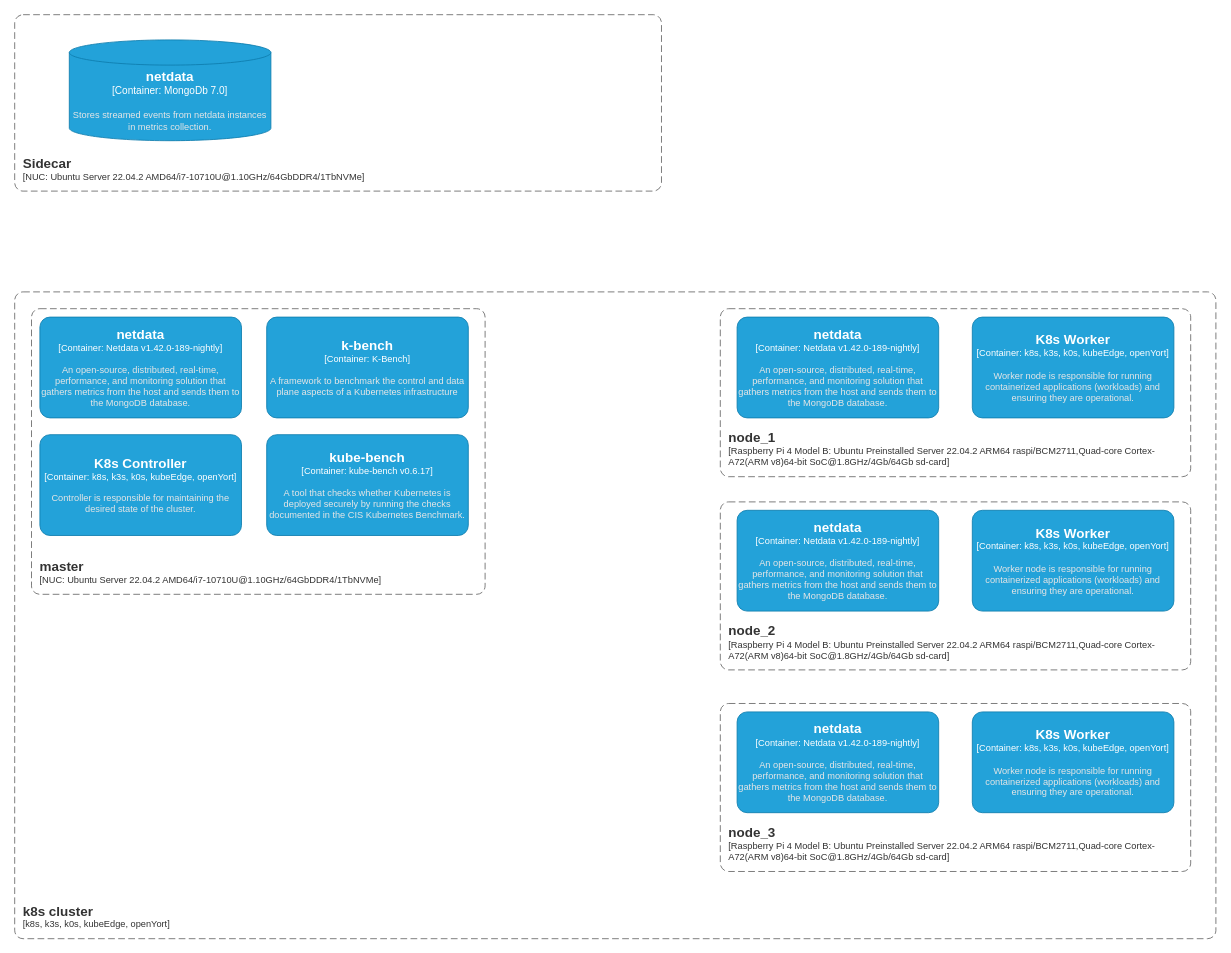
Above: src/diagrams/deployment_diagram.drawio in DiyazY/iot-edge (draw.io), before the change. Source tidied: cells renumbered, new cells numbered last; positions are measured from the earlier drawing's top-left corner, leaving out a move shared by most shapes. Both pictures are drawn from the tidied source at 84%, with x=0, y=0 at pixel (14, 14).
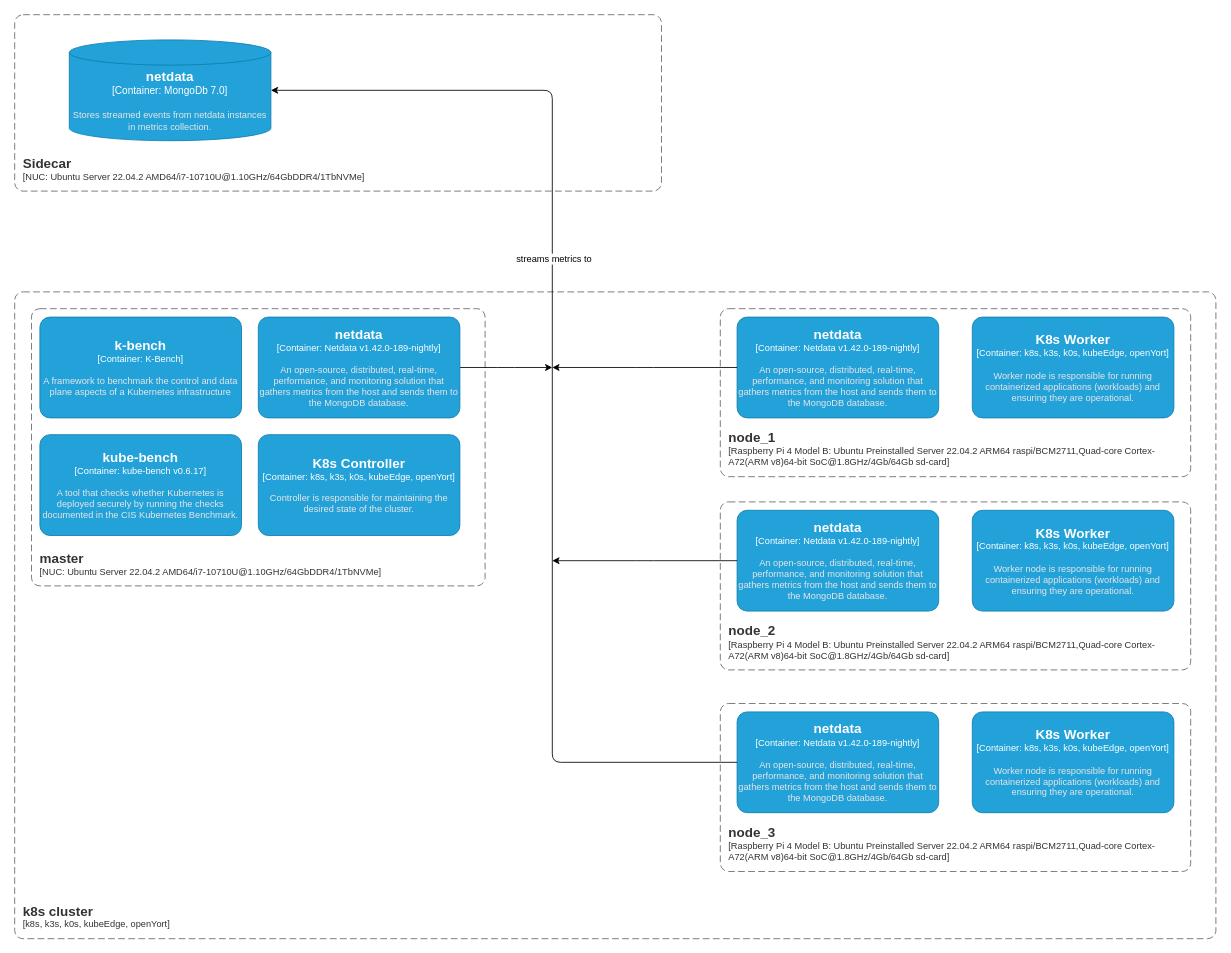
Above is the later version.

The change refers to these unchanged cells:
```xml
<object id="4" label="&lt;font style=&quot;font-size: 16px&quot;&gt;&lt;b&gt;%c4Type%&lt;/b&gt;&lt;/font&gt;&lt;div&gt;[%c4Container%:&amp;nbsp;%c4Technology%]&lt;/div&gt;&lt;br&gt;&lt;div&gt;&lt;font style=&quot;font-size: 11px&quot;&gt;&lt;font color=&quot;#E6E6E6&quot;&gt;%c4Description%&lt;/font&gt;&lt;/div&gt;" c4Container="Container" c4Description="Stores streamed events from netdata instances in metrics collection." c4Technology="MongoDb 7.0" c4Type="netdata" placeholders="1">
  <mxCell style="shape=cylinder3;size=15;whiteSpace=wrap;html=1;boundedLbl=1;rounded=0;labelBackgroundColor=none;fillColor=#23A2D9;fontSize=12;fontColor=#ffffff;align=center;strokeColor=#0E7DAD;points=[[0.5,0,0],[1,0.25,0],[1,0.5,0],[1,0.75,0],[0.5,1,0],[0,0.75,0],[0,0.5,0],[0,0.25,0]];" parent="1" vertex="1">
    <mxGeometry x="65" y="30" width="240" height="120" as="geometry" />
  </mxCell>
</object>
<object id="12" label="&lt;font style=&quot;font-size: 16px&quot;&gt;&lt;b&gt;%c4Name%&lt;/b&gt;&lt;/font&gt;&lt;div&gt;[%c4Type%: %c4Technology%]&lt;/div&gt;&lt;br&gt;&lt;div&gt;&lt;font style=&quot;font-size: 11px&quot;&gt;&lt;font color=&quot;#E6E6E6&quot;&gt;%c4Description%&lt;/font&gt;&lt;/div&gt;" c4Description="An open-source, distributed, real-time, performance, and monitoring solution that gathers metrics from the host and sends them to the MongoDB database." c4Name="netdata" c4Technology="Netdata v1.42.0-189-nightly" c4Type="Container" placeholders="1">
  <mxCell style="rounded=1;whiteSpace=wrap;html=1;fontSize=11;labelBackgroundColor=none;fillColor=#23A2D9;fontColor=#ffffff;align=center;arcSize=10;strokeColor=#0E7DAD;points=[[0.25,0,0],[0.5,0,0],[0.75,0,0],[1,0.25,0],[1,0.5,0],[1,0.75,0],[0.75,1,0],[0.5,1,0],[0.25,1,0],[0,0.75,0],[0,0.5,0],[0,0.25,0]];" parent="10" vertex="1">
    <mxGeometry x="20" y="10" width="240" height="120" as="geometry" />
  </mxCell>
</object>
<object id="16" label="&lt;font style=&quot;font-size: 16px&quot;&gt;&lt;b&gt;%c4Name%&lt;/b&gt;&lt;/font&gt;&lt;div&gt;[%c4Type%: %c4Technology%]&lt;/div&gt;&lt;br&gt;&lt;div&gt;&lt;font style=&quot;font-size: 11px&quot;&gt;&lt;font color=&quot;#E6E6E6&quot;&gt;%c4Description%&lt;/font&gt;&lt;/div&gt;" c4Description="An open-source, distributed, real-time, performance, and monitoring solution that gathers metrics from the host and sends them to the MongoDB database." c4Name="netdata" c4Technology="Netdata v1.42.0-189-nightly" c4Type="Container" placeholders="1">
  <mxCell style="rounded=1;whiteSpace=wrap;html=1;fontSize=11;labelBackgroundColor=none;fillColor=#23A2D9;fontColor=#ffffff;align=center;arcSize=10;strokeColor=#0E7DAD;points=[[0.25,0,0],[0.5,0,0],[0.75,0,0],[1,0.25,0],[1,0.5,0],[1,0.75,0],[0.75,1,0],[0.5,1,0],[0.25,1,0],[0,0.75,0],[0,0.5,0],[0,0.25,0]];" parent="14" vertex="1">
    <mxGeometry x="20" y="10" width="240" height="120" as="geometry" />
  </mxCell>
</object>
<object id="20" label="&lt;font style=&quot;font-size: 16px&quot;&gt;&lt;b&gt;%c4Name%&lt;/b&gt;&lt;/font&gt;&lt;div&gt;[%c4Type%: %c4Technology%]&lt;/div&gt;&lt;br&gt;&lt;div&gt;&lt;font style=&quot;font-size: 11px&quot;&gt;&lt;font color=&quot;#E6E6E6&quot;&gt;%c4Description%&lt;/font&gt;&lt;/div&gt;" c4Description="An open-source, distributed, real-time, performance, and monitoring solution that gathers metrics from the host and sends them to the MongoDB database." c4Name="netdata" c4Technology="Netdata v1.42.0-189-nightly" c4Type="Container" placeholders="1">
  <mxCell style="rounded=1;whiteSpace=wrap;html=1;fontSize=11;labelBackgroundColor=none;fillColor=#23A2D9;fontColor=#ffffff;align=center;arcSize=10;strokeColor=#0E7DAD;points=[[0.25,0,0],[0.5,0,0],[0.75,0,0],[1,0.25,0],[1,0.5,0],[1,0.75,0],[0.75,1,0],[0.5,1,0],[0.25,1,0],[0,0.75,0],[0,0.5,0],[0,0.25,0]];" parent="18" vertex="1">
    <mxGeometry x="20" y="10" width="240" height="120" as="geometry" />
  </mxCell>
</object>
```

What changed in the source:
```diff
@@
     <object id="5" label="&lt;font style=&quot;font-size: 16px&quot;&gt;&lt;b&gt;&lt;div style=&quot;text-align: left&quot;&gt;%c4Name%&lt;/div&gt;&lt;/b&gt;&lt;/font&gt;&lt;div style=&quot;text-align: left&quot;&gt;[%c4Application%]&lt;/div&gt;" c4Application="NUC: Ubuntu Server 22.04.2 AMD64/i7-10710U@1.10GHz/64GbDDR4/1TbNVMe" c4Name="master" placeholders="1">
       <mxCell style="rounded=1;fontSize=11;whiteSpace=wrap;html=1;dashed=1;arcSize=20;fillColor=none;strokeColor=#666666;fontColor=#333333;labelBackgroundColor=none;align=left;verticalAlign=bottom;labelBorderColor=none;spacingTop=0;spacing=10;dashPattern=8 4;perimeter=rectanglePerimeter;noLabel=0;labelPadding=0;absoluteArcSize=1;" parent="1" vertex="1">
-        <mxGeometry x="20" y="350" width="540" height="340" as="geometry" />
+        <mxGeometry x="20" y="350" width="540" height="330" as="geometry" />
       </mxCell>
     </object>
+    <mxCell id="22" style="edgeStyle=orthogonalEdgeStyle;html=1;exitX=1;exitY=0.5;exitDx=0;exitDy=0;exitPerimeter=0;endArrow=classic;endFill=1;" parent="1" edge="1" source="6">
+      <mxGeometry relative="1" as="geometry">
+        <mxPoint x="640" y="420" as="targetPoint" />
+      </mxGeometry>
+    </mxCell>
     <object id="6" label="&lt;font style=&quot;font-size: 16px&quot;&gt;&lt;b&gt;%c4Name%&lt;/b&gt;&lt;/font&gt;&lt;div&gt;[%c4Type%: %c4Technology%]&lt;/div&gt;&lt;br&gt;&lt;div&gt;&lt;font style=&quot;font-size: 11px&quot;&gt;&lt;font color=&quot;#E6E6E6&quot;&gt;%c4Description%&lt;/font&gt;&lt;/div&gt;" c4Description="An open-source, distributed, real-time, performance, and monitoring solution that gathers metrics from the host and sends them to the MongoDB database." c4Name="netdata" c4Technology="Netdata v1.42.0-189-nightly" c4Type="Container" placeholders="1">
       <mxCell style="rounded=1;whiteSpace=wrap;html=1;fontSize=11;labelBackgroundColor=none;fillColor=#23A2D9;fontColor=#ffffff;align=center;arcSize=10;strokeColor=#0E7DAD;points=[[0.25,0,0],[0.5,0,0],[0.75,0,0],[1,0.25,0],[1,0.5,0],[1,0.75,0],[0.75,1,0],[0.5,1,0],[0.25,1,0],[0,0.75,0],[0,0.5,0],[0,0.25,0]];" parent="1" vertex="1">
-        <mxGeometry x="30" y="360" width="240" height="120" as="geometry" />
+        <mxGeometry x="290" y="360" width="240" height="120" as="geometry" />
       </mxCell>
     </object>
     <object id="7" label="&lt;font style=&quot;font-size: 16px&quot;&gt;&lt;b&gt;%c4Name%&lt;/b&gt;&lt;/font&gt;&lt;div&gt;[%c4Type%: %c4Technology%]&lt;/div&gt;&lt;br&gt;&lt;div&gt;&lt;font style=&quot;font-size: 11px&quot;&gt;&lt;font color=&quot;#E6E6E6&quot;&gt;%c4Description%&lt;/font&gt;&lt;/div&gt;" c4Description="A framework to benchmark the control and data plane aspects of a Kubernetes infrastructure" c4Name="k-bench" c4Technology="K-Bench" c4Type="Container" placeholders="1">
       <mxCell style="rounded=1;whiteSpace=wrap;html=1;fontSize=11;labelBackgroundColor=none;fillColor=#23A2D9;fontColor=#ffffff;align=center;arcSize=10;strokeColor=#0E7DAD;" parent="1" vertex="1">
-        <mxGeometry x="300" y="360" width="240" height="120" as="geometry" />
+        <mxGeometry x="30" y="360" width="240" height="120" as="geometry" />
       </mxCell>
     </object>
     <object id="8" label="&lt;font style=&quot;font-size: 16px&quot;&gt;&lt;b&gt;%c4Name%&lt;/b&gt;&lt;/font&gt;&lt;div&gt;[%c4Type%: %c4Technology%]&lt;/div&gt;&lt;br&gt;&lt;div&gt;&lt;font style=&quot;font-size: 11px&quot;&gt;&lt;font color=&quot;#E6E6E6&quot;&gt;%c4Description%&lt;/font&gt;&lt;/div&gt;" c4Description="A tool that checks whether Kubernetes is deployed securely by running the checks documented in the CIS Kubernetes Benchmark." c4Name="kube-bench" c4Technology="kube-bench v0.6.17" c4Type="Container" placeholders="1">
       <mxCell style="rounded=1;whiteSpace=wrap;html=1;fontSize=11;labelBackgroundColor=none;fillColor=#23A2D9;fontColor=#ffffff;align=center;arcSize=10;strokeColor=#0E7DAD;" parent="1" vertex="1">
-        <mxGeometry x="300" y="500" width="240" height="120" as="geometry" />
+        <mxGeometry x="30" y="500" width="240" height="120" as="geometry" />
       </mxCell>
     </object>
     <object id="9" label="&lt;font style=&quot;font-size: 16px&quot;&gt;&lt;b&gt;%c4Name%&lt;/b&gt;&lt;/font&gt;&lt;div&gt;[%c4Type%: %c4Technology%]&lt;/div&gt;&lt;br&gt;&lt;div&gt;&lt;font style=&quot;font-size: 11px&quot;&gt;&lt;font color=&quot;#E6E6E6&quot;&gt;%c4Description%&lt;/font&gt;&lt;/div&gt;" c4Description="Controller is responsible for maintaining the desired state of the cluster." c4Name="K8s Controller" c4Technology="k8s, k3s, k0s, kubeEdge, openYort" c4Type="Container" placeholders="1">
       <mxCell style="rounded=1;whiteSpace=wrap;html=1;fontSize=11;labelBackgroundColor=none;fillColor=#23A2D9;fontColor=#ffffff;align=center;arcSize=10;strokeColor=#0E7DAD;" parent="1" vertex="1">
-        <mxGeometry x="30" y="500" width="240" height="120" as="geometry" />
+        <mxGeometry x="290" y="500" width="240" height="120" as="geometry" />
       </mxCell>
     </object>
@@
+    <mxCell id="23" style="edgeStyle=orthogonalEdgeStyle;html=1;exitX=0;exitY=0.5;exitDx=0;exitDy=0;exitPerimeter=0;entryX=1;entryY=0.5;entryDx=0;entryDy=0;entryPerimeter=0;" parent="1" edge="1" source="20" target="4">
+      <mxGeometry relative="1" as="geometry">
+        <Array as="points">
+          <mxPoint x="640" y="890" />
+          <mxPoint x="640" y="90" />
+        </Array>
+      </mxGeometry>
+    </mxCell>
+    <mxCell id="24" value="streams metrics to" style="edgeLabel;html=1;align=center;verticalAlign=middle;" parent="23" vertex="1">
+      <mxGeometry x="0.21" y="-1" relative="1" as="geometry" />
+    </mxCell>
+    <mxCell id="25" style="edgeStyle=orthogonalEdgeStyle;html=1;exitX=0;exitY=0.5;exitDx=0;exitDy=0;exitPerimeter=0;endArrow=classic;endFill=1;" parent="1" edge="1" source="12">
+      <mxGeometry relative="1" as="geometry">
+        <mxPoint x="640" y="420" as="targetPoint" />
+      </mxGeometry>
+    </mxCell>
+    <mxCell id="26" style="edgeStyle=orthogonalEdgeStyle;html=1;exitX=0;exitY=0.5;exitDx=0;exitDy=0;exitPerimeter=0;endArrow=classic;endFill=1;" parent="1" edge="1" source="16">
+      <mxGeometry relative="1" as="geometry">
+        <mxPoint x="640" y="650" as="targetPoint" />
+      </mxGeometry>
+    </mxCell>
```
